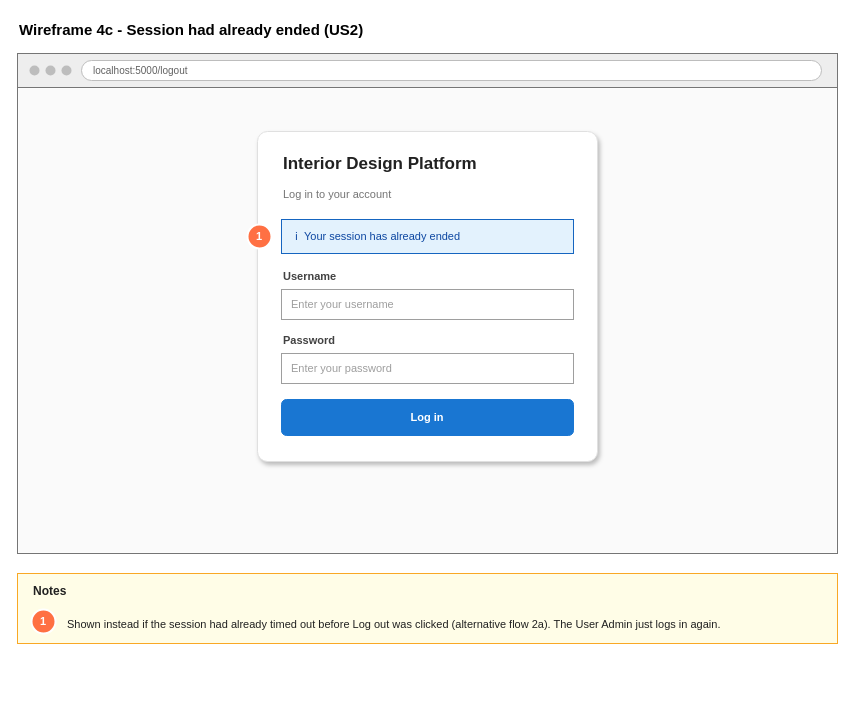
Before: page "4c Wireframe - Session already ended" (4 of 6) of Sprint_1/US2 - Log out/US2 Log out.drawio in Hanzxc/CSIT314-ARCHSS, a draw.io diagram. Source tidied: cells renumbered, new cells numbered last; positions are measured from the earlier drawing's top-left corner, leaving out a move shared by most shapes. Both pictures are drawn from the tidied source at 100%, with x=0, y=0 at pixel (17, 17).
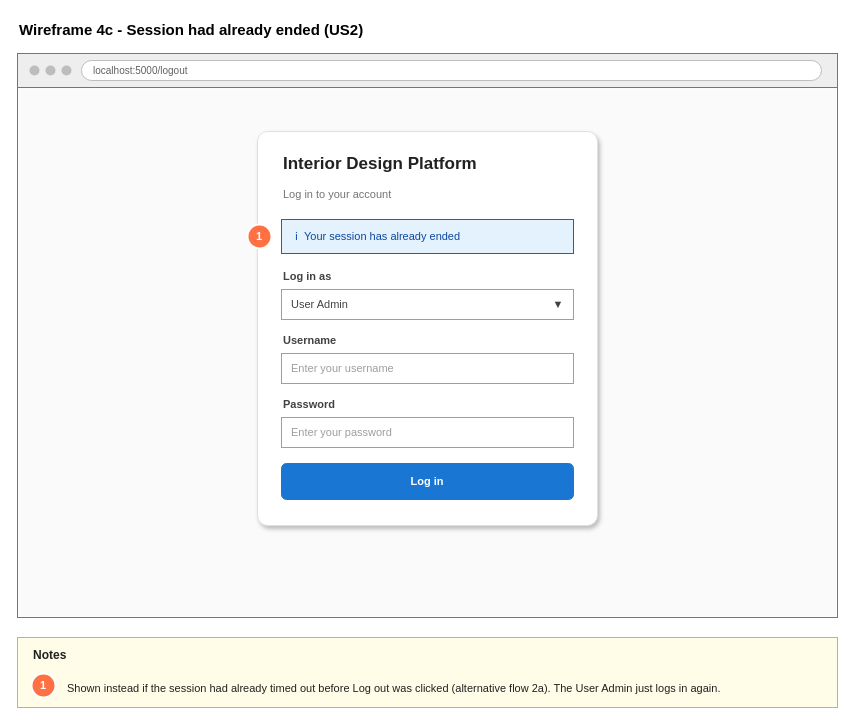
The same diagram, later.

Diff of the diagram source:
```diff
@@
     <mxCell id="3" style="rounded=0;whiteSpace=wrap;html=1;fillColor=#FFFFFF;strokeColor=#757575;fontSize=11;fontColor=#212121;align=center;" parent="1" vertex="1">
-      <mxGeometry y="36" width="820" height="500" as="geometry" />
+      <mxGeometry y="36" width="820" height="564" as="geometry" />
     </mxCell>
@@
     <mxCell id="9" style="rounded=0;whiteSpace=wrap;html=1;fillColor=#FAFAFA;strokeColor=none;fontSize=11;fontColor=#212121;align=center;" parent="1" vertex="1">
-      <mxGeometry x="1" y="71" width="818" height="464" as="geometry" />
+      <mxGeometry x="1" y="71" width="818" height="528" as="geometry" />
     </mxCell>
     <mxCell id="10" style="rounded=1;whiteSpace=wrap;html=1;fillColor=#FFFFFF;strokeColor=#E0E0E0;fontSize=11;fontColor=#212121;align=center;arcSize=3;shadow=1;" parent="1" vertex="1">
-      <mxGeometry x="240" y="114" width="340" height="330" as="geometry" />
+      <mxGeometry x="240" y="114" width="340" height="394" as="geometry" />
     </mxCell>
@@
     <mxCell id="14" value="Username" style="text;html=1;strokeColor=none;fillColor=none;align=left;verticalAlign=middle;whiteSpace=nowrap;fontSize=11;fontColor=#424242;spacingLeft=0;spacingRight=0;fontStyle=1;" parent="1" vertex="1">
-      <mxGeometry x="264" y="250" width="68" height="18" as="geometry" />
+      <mxGeometry x="264" y="314" width="68" height="18" as="geometry" />
     </mxCell>
     <mxCell id="15" value="Enter your username" style="rounded=0;whiteSpace=wrap;html=1;fillColor=#FFFFFF;strokeColor=#9E9E9E;fontSize=11;fontColor=#9E9E9E;align=left;spacingLeft=8;spacingRight=8;" parent="1" vertex="1">
-      <mxGeometry x="264" y="272" width="292" height="30" as="geometry" />
+      <mxGeometry x="264" y="336" width="292" height="30" as="geometry" />
     </mxCell>
     <mxCell id="16" value="Password" style="text;html=1;strokeColor=none;fillColor=none;align=left;verticalAlign=middle;whiteSpace=nowrap;fontSize=11;fontColor=#424242;spacingLeft=0;spacingRight=0;fontStyle=1;" parent="1" vertex="1">
-      <mxGeometry x="264" y="314" width="68" height="18" as="geometry" />
+      <mxGeometry x="264" y="378" width="68" height="18" as="geometry" />
     </mxCell>
     <mxCell id="17" value="Enter your password" style="rounded=0;whiteSpace=wrap;html=1;fillColor=#FFFFFF;strokeColor=#9E9E9E;fontSize=11;fontColor=#9E9E9E;align=left;spacingLeft=8;spacingRight=8;" parent="1" vertex="1">
-      <mxGeometry x="264" y="336" width="292" height="30" as="geometry" />
+      <mxGeometry x="264" y="400" width="292" height="30" as="geometry" />
     </mxCell>
     <mxCell id="18" value="Log in" style="rounded=1;whiteSpace=wrap;html=1;fillColor=#1976D2;strokeColor=#1976D2;fontSize=11;fontColor=#FFFFFF;align=center;fontStyle=1;arcSize=14;" parent="1" vertex="1">
-      <mxGeometry x="264" y="382" width="292" height="36" as="geometry" />
+      <mxGeometry x="264" y="446" width="292" height="36" as="geometry" />
     </mxCell>
@@
     <mxCell id="20" style="rounded=0;whiteSpace=wrap;html=1;fillColor=#FFFDE7;strokeColor=#F9A825;fontSize=11;fontColor=#212121;align=center;" parent="1" vertex="1">
-      <mxGeometry y="556" width="820" height="70" as="geometry" />
+      <mxGeometry y="620" width="820" height="70" as="geometry" />
     </mxCell>
     <mxCell id="21" value="Notes" style="text;html=1;strokeColor=none;fillColor=none;align=left;verticalAlign=middle;whiteSpace=nowrap;fontSize=12;fontColor=#212121;spacingLeft=0;spacingRight=0;fontStyle=1;" parent="1" vertex="1">
-      <mxGeometry x="14" y="565" width="47" height="18" as="geometry" />
+      <mxGeometry x="14" y="629" width="47" height="18" as="geometry" />
     </mxCell>
     <mxCell id="22" value="1" style="ellipse;whiteSpace=wrap;html=1;fillColor=#FF7043;strokeColor=#FFFFFF;strokeWidth=2;fontColor=#FFFFFF;fontStyle=1;fontSize=11;" parent="1" vertex="1">
-      <mxGeometry x="14" y="592" width="24" height="24" as="geometry" />
+      <mxGeometry x="14" y="656" width="24" height="24" as="geometry" />
     </mxCell>
     <mxCell id="23" value="Shown instead if the session had already timed out before Log out was clicked (alternative flow 2a). The User Admin just logs in again." style="text;html=1;strokeColor=none;fillColor=none;align=left;verticalAlign=top;whiteSpace=wrap;fontSize=11;fontColor=#212121;spacingLeft=0;spacingRight=0;" parent="1" vertex="1">
-      <mxGeometry x="48" y="594" width="756" height="20" as="geometry" />
+      <mxGeometry x="48" y="658" width="756" height="20" as="geometry" />
     </mxCell>
+    <mxCell id="24" value="Log in as" style="text;html=1;strokeColor=none;fillColor=none;align=left;verticalAlign=middle;whiteSpace=nowrap;fontSize=11;fontColor=#424242;spacingLeft=0;spacingRight=0;fontStyle=1;" parent="1" vertex="1">
+      <mxGeometry x="264" y="250" width="68" height="18" as="geometry" />
+    </mxCell>
+    <mxCell id="25" value="User Admin" style="rounded=0;whiteSpace=wrap;html=1;fillColor=#FFFFFF;strokeColor=#9E9E9E;fontSize=11;fontColor=#424242;align=left;spacingLeft=8;spacingRight=8;" parent="1" vertex="1">
+      <mxGeometry x="264" y="272" width="292" height="30" as="geometry" />
+    </mxCell>
+    <mxCell id="26" value="▼" style="rounded=0;whiteSpace=wrap;html=1;fillColor=none;strokeColor=none;fontSize=11;fontColor=#424242;align=center;spacingLeft=8;spacingRight=8;" parent="1" vertex="1">
+      <mxGeometry x="532" y="272" width="18" height="30" as="geometry" />
+    </mxCell>
```
